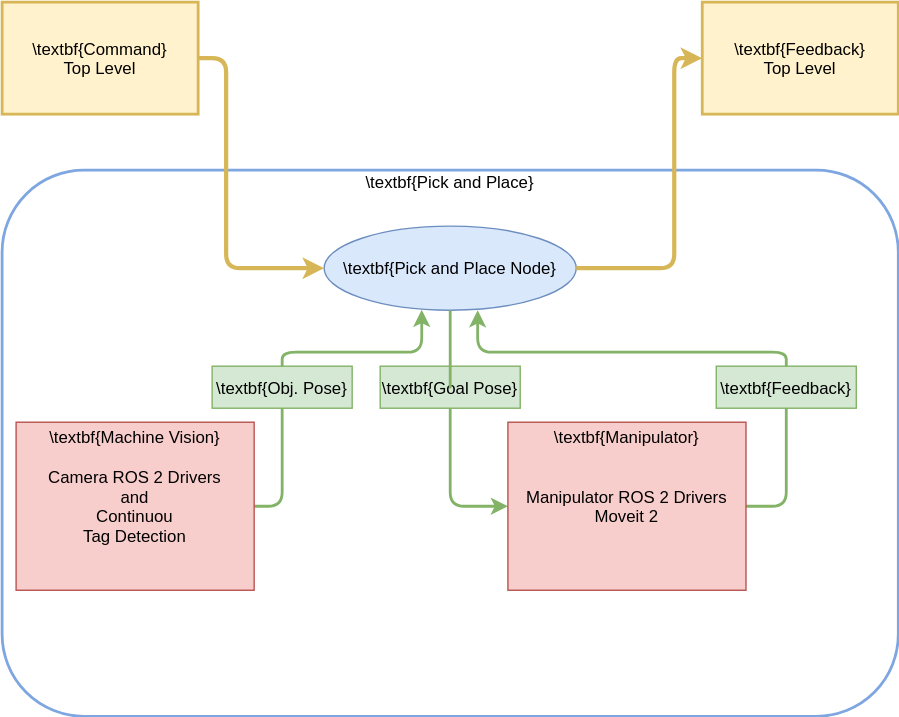
The draw.io diagram Figures/figPickAndPlaceMethod.drawio.svg in orjano-max/ORJANOS_MASTER_REPO, before a commit. Source tidied: cells renumbered, new cells last; positions are measured from the earlier drawing's top-left corner, leaving out a move shared by most shapes. Source of this version:
```xml
<mxGraphModel>
  <root>
    <mxCell id="0" />
    <mxCell id="1" parent="0" />
    <mxCell id="2" style="rounded=1;strokeWidth=2;strokeColor=#7EA6E0;" parent="1" vertex="1">
      <mxGeometry y="120" width="640" height="390" as="geometry" />
    </mxCell>
    <mxCell id="3" value="\textbf{Obj. Pose}" style="rounded=0;fillColor=#d5e8d4;strokeColor=#82b366;" parent="1" vertex="1">
      <mxGeometry x="150" y="260" width="100" height="30" as="geometry" />
    </mxCell>
    <mxCell id="4" style="edgeStyle=orthogonalEdgeStyle;jettySize=auto;fillColor=#d5e8d4;strokeColor=#82b366;strokeWidth=2;rounded=1;exitX=0.5;exitY=0;exitDx=0;exitDy=0;entryX=0.387;entryY=0.996;entryDx=0;entryDy=0;entryPerimeter=0;endArrow=classic;endFill=1;" parent="1" edge="1" source="3" target="5">
      <mxGeometry relative="1" as="geometry">
        <Array as="points">
          <mxPoint x="200" y="250" />
          <mxPoint x="300" y="250" />
        </Array>
      </mxGeometry>
    </mxCell>
    <mxCell id="5" value="\textbf{Pick and Place Node}" style="ellipse;fillColor=#dae8fc;strokeColor=#6c8ebf;fontStyle=0;" parent="1" vertex="1">
      <mxGeometry x="230" y="160" width="180" height="60" as="geometry" />
    </mxCell>
    <mxCell id="6" style="edgeStyle=orthogonalEdgeStyle;jettySize=auto;fillColor=#d5e8d4;strokeColor=#82b366;strokeWidth=2;rounded=1;exitX=0.609;exitY=1;exitDx=0;exitDy=0;endArrow=none;endFill=0;entryX=0.5;entryY=0;entryDx=0;entryDy=0;startArrow=classic;startFill=1;exitPerimeter=0;" parent="1" edge="1" source="5" target="7">
      <mxGeometry relative="1" as="geometry">
        <Array as="points">
          <mxPoint x="340" y="250" />
          <mxPoint x="560" y="250" />
        </Array>
      </mxGeometry>
    </mxCell>
    <mxCell id="7" value="\textbf{Feedback}" style="rounded=0;fillColor=#d5e8d4;strokeColor=#82b366;" parent="1" vertex="1">
      <mxGeometry x="510" y="260" width="100" height="30" as="geometry" />
    </mxCell>
    <mxCell id="8" value="\textbf{Goal Pose}" style="rounded=0;fillColor=#d5e8d4;strokeColor=#82b366;" parent="1" vertex="1">
      <mxGeometry x="270" y="260" width="100" height="30" as="geometry" />
    </mxCell>
    <mxCell id="9" style="edgeStyle=orthogonalEdgeStyle;jettySize=auto;fillColor=#d5e8d4;strokeColor=#82b366;strokeWidth=2;rounded=1;exitX=0.5;exitY=0;exitDx=0;exitDy=0;entryX=0.5;entryY=1;entryDx=0;entryDy=0;endArrow=none;endFill=0;" parent="1" edge="1" source="8" target="5">
      <mxGeometry relative="1" as="geometry">
        <Array as="points">
          <mxPoint x="320" y="280" />
        </Array>
      </mxGeometry>
    </mxCell>
    <mxCell id="10" style="edgeStyle=orthogonalEdgeStyle;jettySize=auto;fillColor=#d5e8d4;strokeColor=#82b366;strokeWidth=2;rounded=1;exitX=0;exitY=0.5;exitDx=0;exitDy=0;endArrow=none;endFill=0;entryX=0.5;entryY=1;entryDx=0;entryDy=0;startArrow=classic;startFill=1;" parent="1" edge="1" source="21" target="8">
      <mxGeometry relative="1" as="geometry">
        <Array as="points">
          <mxPoint x="320" y="360" />
        </Array>
      </mxGeometry>
    </mxCell>
    <mxCell id="11" style="edgeStyle=orthogonalEdgeStyle;jettySize=auto;fillColor=#d5e8d4;strokeColor=#82b366;strokeWidth=2;exitX=0.5;exitY=1;exitDx=0;exitDy=0;entryX=1;entryY=0.5;entryDx=0;entryDy=0;rounded=1;endArrow=none;endFill=0;" parent="1" edge="1" source="7" target="21">
      <mxGeometry relative="1" as="geometry">
        <Array as="points">
          <mxPoint x="560" y="310" />
          <mxPoint x="560" y="420" />
        </Array>
      </mxGeometry>
    </mxCell>
    <mxCell id="12" style="edgeStyle=orthogonalEdgeStyle;jettySize=auto;fillColor=#fff2cc;strokeColor=#d6b656;strokeWidth=3;rounded=1;endArrow=classic;endFill=1;entryX=0;entryY=0.5;entryDx=0;entryDy=0;exitX=1;exitY=0.5;exitDx=0;exitDy=0;" parent="1" edge="1" source="13" target="5">
      <mxGeometry relative="1" as="geometry">
        <Array as="points">
          <mxPoint x="160" y="40" />
          <mxPoint x="160" y="190" />
        </Array>
      </mxGeometry>
    </mxCell>
    <mxCell id="13" value="\textbf{Command}&#10;Top Level" style="rounded=0;fillColor=#fff2cc;strokeColor=#d6b656;strokeWidth=2;" parent="1" vertex="1">
      <mxGeometry width="140" height="80" as="geometry" />
    </mxCell>
    <mxCell id="14" value="\textbf{Feedback}&#10;Top Level" style="rounded=0;fillColor=#fff2cc;strokeColor=#d6b656;strokeWidth=2;" parent="1" vertex="1">
      <mxGeometry x="500" width="140" height="80" as="geometry" />
    </mxCell>
    <mxCell id="15" style="edgeStyle=orthogonalEdgeStyle;jettySize=auto;fillColor=#fff2cc;strokeColor=#d6b656;strokeWidth=3;rounded=1;endArrow=classic;endFill=1;entryX=0;entryY=0.5;entryDx=0;entryDy=0;exitX=1;exitY=0.5;exitDx=0;exitDy=0;" parent="1" edge="1" source="5" target="14">
      <mxGeometry relative="1" as="geometry">
        <Array as="points">
          <mxPoint x="480" y="190" />
          <mxPoint x="480" y="40" />
        </Array>
      </mxGeometry>
    </mxCell>
    <mxCell id="16" style="edgeStyle=orthogonalEdgeStyle;jettySize=auto;fillColor=#d5e8d4;strokeColor=#82b366;strokeWidth=2;rounded=1;exitX=1;exitY=0.5;exitDx=0;exitDy=0;entryX=0.5;entryY=1;entryDx=0;entryDy=0;endArrow=none;endFill=0;" parent="1" edge="1" source="19" target="3">
      <mxGeometry relative="1" as="geometry">
        <Array as="points">
          <mxPoint x="200" y="360" />
        </Array>
      </mxGeometry>
    </mxCell>
    <mxCell id="17" value="\textbf{Pick and Place}&#10;" style="text;strokeColor=none;fillColor=none;align=center;verticalAlign=middle;rounded=0;" parent="1" vertex="1">
      <mxGeometry x="255" y="120" width="130" height="30" as="geometry" />
    </mxCell>
    <mxCell id="18" style="group;" parent="1" vertex="1">
      <mxGeometry x="10" y="300" width="170" height="120" as="geometry" />
    </mxCell>
    <mxCell id="19" value="Camera ROS 2 Drivers&#10;and&#10;Continuou &#10;Tag Detection" style="rounded=0;fillColor=#f8cecc;strokeColor=#b85450;" parent="18" vertex="1">
      <mxGeometry width="170" height="120" as="geometry" />
    </mxCell>
    <mxCell id="20" value="\textbf{Machine Vision}" style="text;strokeColor=none;fillColor=none;align=center;verticalAlign=middle;rounded=0;" parent="18" vertex="1">
      <mxGeometry x="44.6" width="80.9" height="20" as="geometry" />
    </mxCell>
    <mxCell id="21" value="Manipulator ROS 2 Drivers&#10;Moveit 2" style="rounded=0;fillColor=#f8cecc;strokeColor=#b85450;" parent="1" vertex="1">
      <mxGeometry x="361.2" y="300" width="170" height="120" as="geometry" />
    </mxCell>
    <mxCell id="22" value="\textbf{Manipulator}" style="text;strokeColor=none;fillColor=none;align=center;verticalAlign=middle;rounded=0;" parent="1" vertex="1">
      <mxGeometry x="385" y="300" width="122.4" height="20" as="geometry" />
    </mxCell>
  </root>
</mxGraphModel>
```
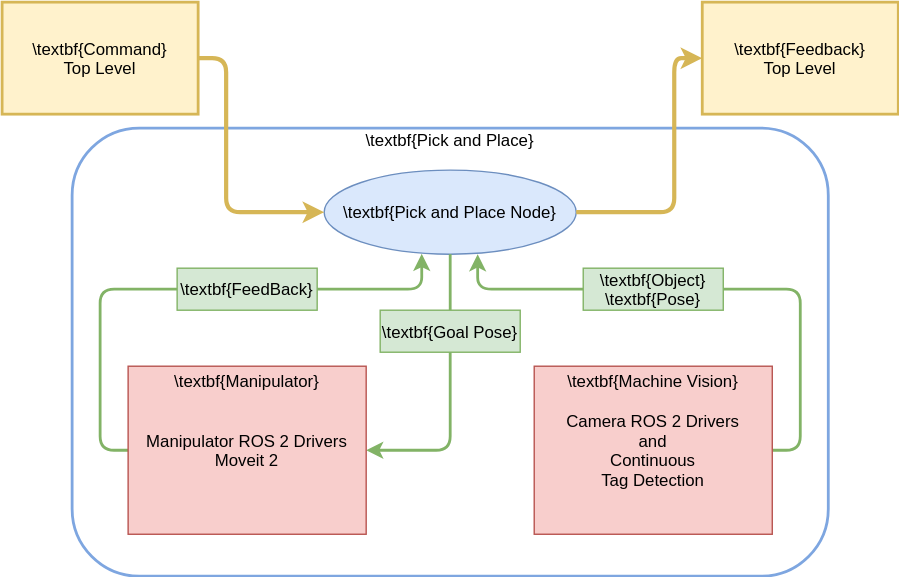
After the commit.

What changed in the source:
```diff
@@ -3,32 +3,30 @@
     <mxCell id="0" />
     <mxCell id="1" parent="0" />
     <mxCell id="2" style="rounded=1;strokeWidth=2;strokeColor=#7EA6E0;" parent="1" vertex="1">
-      <mxGeometry y="120" width="640" height="390" as="geometry" />
+      <mxGeometry x="50" y="130" width="540" height="320" as="geometry" />
     </mxCell>
-    <mxCell id="3" value="\textbf{Obj. Pose}" style="rounded=0;fillColor=#d5e8d4;strokeColor=#82b366;" parent="1" vertex="1">
-      <mxGeometry x="150" y="260" width="100" height="30" as="geometry" />
+    <mxCell id="3" value="\textbf{FeedBack}" style="rounded=0;fillColor=#d5e8d4;strokeColor=#82b366;" parent="1" vertex="1">
+      <mxGeometry x="125" y="230" width="100" height="30" as="geometry" />
     </mxCell>
-    <mxCell id="4" style="edgeStyle=orthogonalEdgeStyle;jettySize=auto;fillColor=#d5e8d4;strokeColor=#82b366;strokeWidth=2;rounded=1;exitX=0.5;exitY=0;exitDx=0;exitDy=0;entryX=0.387;entryY=0.996;entryDx=0;entryDy=0;entryPerimeter=0;endArrow=classic;endFill=1;" parent="1" edge="1" source="3" target="5">
+    <mxCell id="4" style="edgeStyle=orthogonalEdgeStyle;jettySize=auto;fillColor=#d5e8d4;strokeColor=#82b366;strokeWidth=2;rounded=1;exitX=1;exitY=0.5;exitDx=0;exitDy=0;entryX=0.387;entryY=0.996;entryDx=0;entryDy=0;entryPerimeter=0;endArrow=classic;endFill=1;" parent="1" edge="1" source="3" target="5">
       <mxGeometry relative="1" as="geometry">
         <Array as="points">
-          <mxPoint x="200" y="250" />
-          <mxPoint x="300" y="250" />
+          <mxPoint x="300" y="245" />
         </Array>
       </mxGeometry>
     </mxCell>
     <mxCell id="5" value="\textbf{Pick and Place Node}" style="ellipse;fillColor=#dae8fc;strokeColor=#6c8ebf;fontStyle=0;" parent="1" vertex="1">
       <mxGeometry x="230" y="160" width="180" height="60" as="geometry" />
     </mxCell>
-    <mxCell id="6" style="edgeStyle=orthogonalEdgeStyle;jettySize=auto;fillColor=#d5e8d4;strokeColor=#82b366;strokeWidth=2;rounded=1;exitX=0.609;exitY=1;exitDx=0;exitDy=0;endArrow=none;endFill=0;entryX=0.5;entryY=0;entryDx=0;entryDy=0;startArrow=classic;startFill=1;exitPerimeter=0;" parent="1" edge="1" source="5" target="7">
+    <mxCell id="6" style="edgeStyle=orthogonalEdgeStyle;jettySize=auto;fillColor=#d5e8d4;strokeColor=#82b366;strokeWidth=2;rounded=1;exitX=0.609;exitY=1;exitDx=0;exitDy=0;endArrow=none;endFill=0;entryX=0;entryY=0.5;entryDx=0;entryDy=0;startArrow=classic;startFill=1;exitPerimeter=0;" parent="1" edge="1" source="5" target="7">
       <mxGeometry relative="1" as="geometry">
         <Array as="points">
-          <mxPoint x="340" y="250" />
-          <mxPoint x="560" y="250" />
+          <mxPoint x="340" y="245" />
         </Array>
       </mxGeometry>
     </mxCell>
-    <mxCell id="7" value="\textbf{Feedback}" style="rounded=0;fillColor=#d5e8d4;strokeColor=#82b366;" parent="1" vertex="1">
-      <mxGeometry x="510" y="260" width="100" height="30" as="geometry" />
+    <mxCell id="7" value="\textbf{Object}&#10;\textbf{Pose}" style="rounded=0;fillColor=#d5e8d4;strokeColor=#82b366;" parent="1" vertex="1">
+      <mxGeometry x="415" y="230" width="100" height="30" as="geometry" />
     </mxCell>
     <mxCell id="8" value="\textbf{Goal Pose}" style="rounded=0;fillColor=#d5e8d4;strokeColor=#82b366;" parent="1" vertex="1">
       <mxGeometry x="270" y="260" width="100" height="30" as="geometry" />
@@ -36,71 +34,73 @@
     <mxCell id="9" style="edgeStyle=orthogonalEdgeStyle;jettySize=auto;fillColor=#d5e8d4;strokeColor=#82b366;strokeWidth=2;rounded=1;exitX=0.5;exitY=0;exitDx=0;exitDy=0;entryX=0.5;entryY=1;entryDx=0;entryDy=0;endArrow=none;endFill=0;" parent="1" edge="1" source="8" target="5">
       <mxGeometry relative="1" as="geometry">
         <Array as="points">
-          <mxPoint x="320" y="280" />
+          <mxPoint x="320" y="240" />
+          <mxPoint x="320" y="240" />
         </Array>
       </mxGeometry>
     </mxCell>
-    <mxCell id="10" style="edgeStyle=orthogonalEdgeStyle;jettySize=auto;fillColor=#d5e8d4;strokeColor=#82b366;strokeWidth=2;rounded=1;exitX=0;exitY=0.5;exitDx=0;exitDy=0;endArrow=none;endFill=0;entryX=0.5;entryY=1;entryDx=0;entryDy=0;startArrow=classic;startFill=1;" parent="1" edge="1" source="21" target="8">
+    <mxCell id="10" style="edgeStyle=orthogonalEdgeStyle;jettySize=auto;fillColor=#d5e8d4;strokeColor=#82b366;strokeWidth=2;rounded=1;exitX=1;exitY=0.5;exitDx=0;exitDy=0;endArrow=none;endFill=0;entryX=0.5;entryY=1;entryDx=0;entryDy=0;startArrow=classic;startFill=1;" parent="1" edge="1" source="19" target="8">
       <mxGeometry relative="1" as="geometry">
         <Array as="points">
           <mxPoint x="320" y="360" />
         </Array>
       </mxGeometry>
     </mxCell>
-    <mxCell id="11" style="edgeStyle=orthogonalEdgeStyle;jettySize=auto;fillColor=#d5e8d4;strokeColor=#82b366;strokeWidth=2;exitX=0.5;exitY=1;exitDx=0;exitDy=0;entryX=1;entryY=0.5;entryDx=0;entryDy=0;rounded=1;endArrow=none;endFill=0;" parent="1" edge="1" source="7" target="21">
+    <mxCell id="11" style="edgeStyle=orthogonalEdgeStyle;jettySize=auto;fillColor=#d5e8d4;strokeColor=#82b366;strokeWidth=2;exitX=1;exitY=0.5;exitDx=0;exitDy=0;entryX=1;entryY=0.5;entryDx=0;entryDy=0;rounded=1;endArrow=none;endFill=0;" parent="1" edge="1" source="7" target="21">
       <mxGeometry relative="1" as="geometry">
         <Array as="points">
-          <mxPoint x="560" y="310" />
-          <mxPoint x="560" y="420" />
+          <mxPoint x="570" y="245" />
+          <mxPoint x="570" y="360" />
         </Array>
       </mxGeometry>
     </mxCell>
     <mxCell id="12" style="edgeStyle=orthogonalEdgeStyle;jettySize=auto;fillColor=#fff2cc;strokeColor=#d6b656;strokeWidth=3;rounded=1;endArrow=classic;endFill=1;entryX=0;entryY=0.5;entryDx=0;entryDy=0;exitX=1;exitY=0.5;exitDx=0;exitDy=0;" parent="1" edge="1" source="13" target="5">
       <mxGeometry relative="1" as="geometry">
         <Array as="points">
-          <mxPoint x="160" y="40" />
+          <mxPoint x="160" y="80" />
           <mxPoint x="160" y="190" />
         </Array>
       </mxGeometry>
     </mxCell>
     <mxCell id="13" value="\textbf{Command}&#10;Top Level" style="rounded=0;fillColor=#fff2cc;strokeColor=#d6b656;strokeWidth=2;" parent="1" vertex="1">
-      <mxGeometry width="140" height="80" as="geometry" />
+      <mxGeometry y="40" width="140" height="80" as="geometry" />
     </mxCell>
     <mxCell id="14" value="\textbf{Feedback}&#10;Top Level" style="rounded=0;fillColor=#fff2cc;strokeColor=#d6b656;strokeWidth=2;" parent="1" vertex="1">
-      <mxGeometry x="500" width="140" height="80" as="geometry" />
+      <mxGeometry x="500" y="40" width="140" height="80" as="geometry" />
     </mxCell>
     <mxCell id="15" style="edgeStyle=orthogonalEdgeStyle;jettySize=auto;fillColor=#fff2cc;strokeColor=#d6b656;strokeWidth=3;rounded=1;endArrow=classic;endFill=1;entryX=0;entryY=0.5;entryDx=0;entryDy=0;exitX=1;exitY=0.5;exitDx=0;exitDy=0;" parent="1" edge="1" source="5" target="14">
       <mxGeometry relative="1" as="geometry">
         <Array as="points">
           <mxPoint x="480" y="190" />
-          <mxPoint x="480" y="40" />
+          <mxPoint x="480" y="80" />
         </Array>
       </mxGeometry>
     </mxCell>
-    <mxCell id="16" style="edgeStyle=orthogonalEdgeStyle;jettySize=auto;fillColor=#d5e8d4;strokeColor=#82b366;strokeWidth=2;rounded=1;exitX=1;exitY=0.5;exitDx=0;exitDy=0;entryX=0.5;entryY=1;entryDx=0;entryDy=0;endArrow=none;endFill=0;" parent="1" edge="1" source="19" target="3">
+    <mxCell id="16" style="edgeStyle=orthogonalEdgeStyle;jettySize=auto;fillColor=#d5e8d4;strokeColor=#82b366;strokeWidth=2;rounded=1;entryX=0;entryY=0.5;entryDx=0;entryDy=0;endArrow=none;endFill=0;exitX=0;exitY=0.5;exitDx=0;exitDy=0;" parent="1" edge="1" source="19" target="3">
       <mxGeometry relative="1" as="geometry">
         <Array as="points">
-          <mxPoint x="200" y="360" />
+          <mxPoint x="70" y="360" />
+          <mxPoint x="70" y="245" />
         </Array>
       </mxGeometry>
     </mxCell>
     <mxCell id="17" value="\textbf{Pick and Place}&#10;" style="text;strokeColor=none;fillColor=none;align=center;verticalAlign=middle;rounded=0;" parent="1" vertex="1">
-      <mxGeometry x="255" y="120" width="130" height="30" as="geometry" />
+      <mxGeometry x="255" y="130" width="130" height="30" as="geometry" />
     </mxCell>
     <mxCell id="18" style="group;" parent="1" vertex="1">
-      <mxGeometry x="10" y="300" width="170" height="120" as="geometry" />
+      <mxGeometry x="90" y="300" width="170" height="120" as="geometry" />
     </mxCell>
-    <mxCell id="19" value="Camera ROS 2 Drivers&#10;and&#10;Continuou &#10;Tag Detection" style="rounded=0;fillColor=#f8cecc;strokeColor=#b85450;" parent="18" vertex="1">
+    <mxCell id="19" value="Manipulator ROS 2 Drivers&#10;Moveit 2" style="rounded=0;fillColor=#f8cecc;strokeColor=#b85450;" parent="18" vertex="1">
       <mxGeometry width="170" height="120" as="geometry" />
     </mxCell>
-    <mxCell id="20" value="\textbf{Machine Vision}" style="text;strokeColor=none;fillColor=none;align=center;verticalAlign=middle;rounded=0;" parent="18" vertex="1">
+    <mxCell id="20" value="\textbf{Manipulator}" style="text;strokeColor=none;fillColor=none;align=center;verticalAlign=middle;rounded=0;" parent="18" vertex="1">
       <mxGeometry x="44.6" width="80.9" height="20" as="geometry" />
     </mxCell>
-    <mxCell id="21" value="Manipulator ROS 2 Drivers&#10;Moveit 2" style="rounded=0;fillColor=#f8cecc;strokeColor=#b85450;" parent="1" vertex="1">
-      <mxGeometry x="361.2" y="300" width="170" height="120" as="geometry" />
+    <mxCell id="21" value="Camera ROS 2 Drivers&#10;and&#10;Continuous &#10;Tag Detection" style="rounded=0;fillColor=#f8cecc;strokeColor=#b85450;" parent="1" vertex="1">
+      <mxGeometry x="380" y="300" width="170" height="120" as="geometry" />
     </mxCell>
-    <mxCell id="22" value="\textbf{Manipulator}" style="text;strokeColor=none;fillColor=none;align=center;verticalAlign=middle;rounded=0;" parent="1" vertex="1">
-      <mxGeometry x="385" y="300" width="122.4" height="20" as="geometry" />
+    <mxCell id="22" value="\textbf{Machine Vision}" style="text;strokeColor=none;fillColor=none;align=center;verticalAlign=middle;rounded=0;" parent="1" vertex="1">
+      <mxGeometry x="403.8" y="300" width="122.4" height="20" as="geometry" />
     </mxCell>
   </root>
 </mxGraphModel>
```
